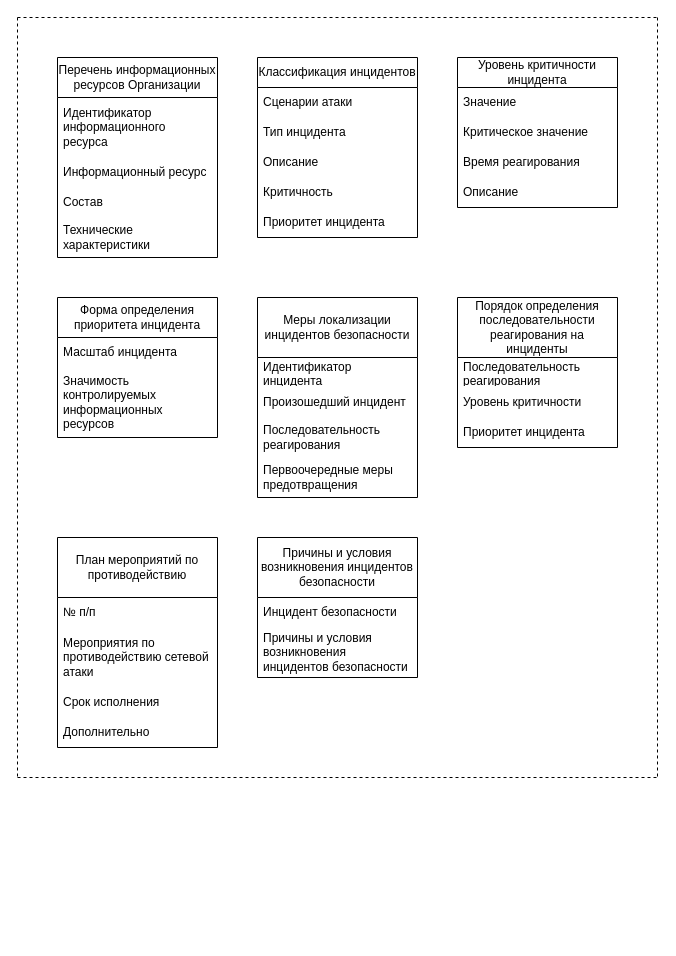
SmirnovBogdan8/Diplom keeps this draw.io diagram as (Старая схема ОПЗ)  Частные регламенты.drawio. Above is the earlier version. Source tidied: cells renumbered, new cells numbered last; positions are measured from the earlier drawing's top-left corner, leaving out a move shared by most shapes. Both pictures are drawn from the tidied source at 100%, with x=0, y=0 at pixel (17, 17).
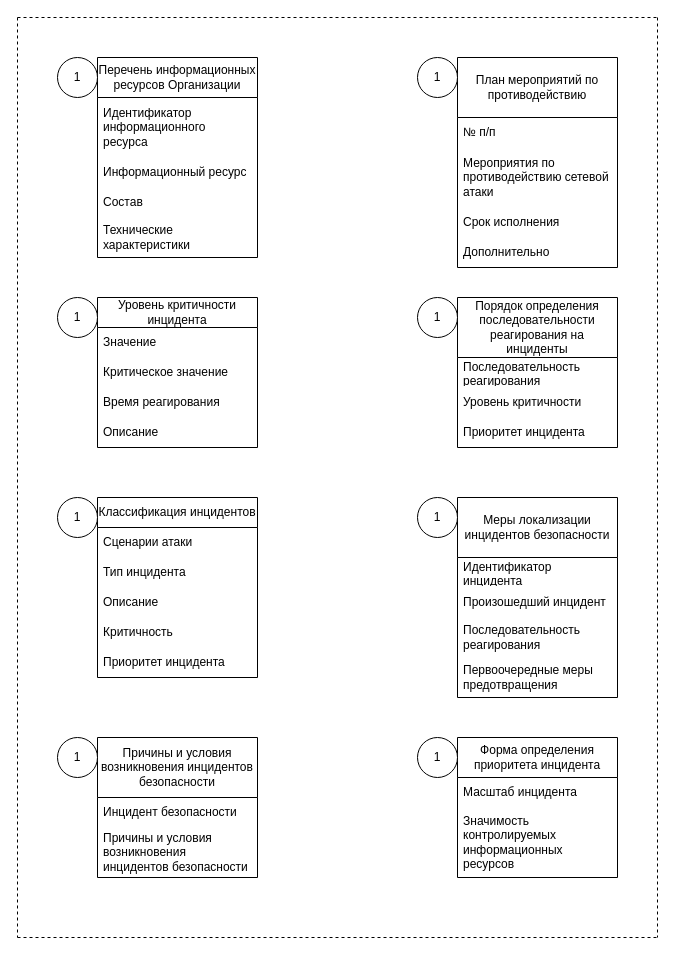
After the change.

The edit, as a diff of the source:
```diff
@@
     <mxCell id="3" style="endArrow=none;dashed=1;html=1;rounded=0;" parent="1" edge="1">
       <mxGeometry relative="1" as="geometry">
-        <mxPoint y="760" as="sourcePoint" />
-        <mxPoint x="640" y="760" as="targetPoint" />
+        <mxPoint y="920" as="sourcePoint" />
+        <mxPoint x="640" y="920" as="targetPoint" />
       </mxGeometry>
     </mxCell>
     <mxCell id="4" style="endArrow=none;dashed=1;html=1;rounded=0;" parent="1" edge="1">
       <mxGeometry relative="1" as="geometry">
         <mxPoint as="sourcePoint" />
-        <mxPoint y="760" as="targetPoint" />
+        <mxPoint y="920" as="targetPoint" />
       </mxGeometry>
     </mxCell>
     <mxCell id="5" style="endArrow=none;dashed=1;html=1;rounded=0;" parent="1" edge="1">
       <mxGeometry relative="1" as="geometry">
         <mxPoint x="640" as="sourcePoint" />
-        <mxPoint x="640" y="760" as="targetPoint" />
+        <mxPoint x="640" y="920" as="targetPoint" />
       </mxGeometry>
     </mxCell>
     <mxCell id="6" value="Меры локализации инцидентов безопасности" style="swimlane;fontStyle=0;horizontal=1;startSize=60;whiteSpace=wrap;html=1;" parent="1" vertex="1">
-      <mxGeometry x="240" y="280" width="160" height="200" as="geometry" />
+      <mxGeometry x="440" y="480" width="160" height="200" as="geometry" />
     </mxCell>
@@
     <mxCell id="11" value="Классификация инцидентов" style="swimlane;fontStyle=0;horizontal=1;startSize=30;whiteSpace=wrap;html=1;" parent="1" vertex="1">
-      <mxGeometry x="240" y="40" width="160" height="180" as="geometry" />
+      <mxGeometry x="80" y="480" width="160" height="180" as="geometry" />
     </mxCell>
@@
     <mxCell id="21" value="План мероприятий по противодействию" style="swimlane;fontStyle=0;horizontal=1;startSize=60;whiteSpace=wrap;html=1;" parent="1" vertex="1">
-      <mxGeometry x="40" y="520" width="160" height="210" as="geometry" />
+      <mxGeometry x="440" y="40" width="160" height="210" as="geometry" />
     </mxCell>
@@
     <mxCell id="26" value="Перечень информационных ресурсов Организации" style="swimlane;fontStyle=0;horizontal=1;startSize=40;whiteSpace=wrap;html=1;" parent="1" vertex="1">
-      <mxGeometry x="40" y="40" width="160" height="200" as="geometry" />
+      <mxGeometry x="80" y="40" width="160" height="200" as="geometry" />
     </mxCell>
@@
     <mxCell id="31" value="Уровень критичности инцидента" style="swimlane;fontStyle=0;horizontal=1;startSize=30;whiteSpace=wrap;html=1;" parent="1" vertex="1">
-      <mxGeometry x="440" y="40" width="160" height="150" as="geometry" />
+      <mxGeometry x="80" y="280" width="160" height="150" as="geometry" />
     </mxCell>
@@
     <mxCell id="36" value="Форма определения приоритета инцидента" style="swimlane;fontStyle=0;horizontal=1;startSize=40;whiteSpace=wrap;html=1;" parent="1" vertex="1">
-      <mxGeometry x="40" y="280" width="160" height="140" as="geometry" />
+      <mxGeometry x="440" y="720" width="160" height="140" as="geometry" />
     </mxCell>
@@
     <mxCell id="39" value="Причины и условия возникновения инцидентов безопасности" style="swimlane;fontStyle=0;horizontal=1;startSize=60;whiteSpace=wrap;html=1;" parent="1" vertex="1">
-      <mxGeometry x="240" y="520" width="160" height="140" as="geometry" />
+      <mxGeometry x="80" y="720" width="160" height="140" as="geometry" />
     </mxCell>
@@
+    <mxCell id="42" value="1" style="ellipse;whiteSpace=wrap;html=1;" parent="1" vertex="1">
+      <mxGeometry x="40" y="40" width="40" height="40" as="geometry" />
+    </mxCell>
+    <mxCell id="43" value="1" style="ellipse;whiteSpace=wrap;html=1;" parent="1" vertex="1">
+      <mxGeometry x="400" y="40" width="40" height="40" as="geometry" />
+    </mxCell>
+    <mxCell id="44" value="1" style="ellipse;whiteSpace=wrap;html=1;" parent="1" vertex="1">
+      <mxGeometry x="40" y="280" width="40" height="40" as="geometry" />
+    </mxCell>
+    <mxCell id="45" value="1" style="ellipse;whiteSpace=wrap;html=1;" parent="1" vertex="1">
+      <mxGeometry x="400" y="280" width="40" height="40" as="geometry" />
+    </mxCell>
+    <mxCell id="46" value="1" style="ellipse;whiteSpace=wrap;html=1;" parent="1" vertex="1">
+      <mxGeometry x="40" y="480" width="40" height="40" as="geometry" />
+    </mxCell>
+    <mxCell id="47" value="1" style="ellipse;whiteSpace=wrap;html=1;" parent="1" vertex="1">
+      <mxGeometry x="400" y="480" width="40" height="40" as="geometry" />
+    </mxCell>
+    <mxCell id="48" value="1" style="ellipse;whiteSpace=wrap;html=1;" parent="1" vertex="1">
+      <mxGeometry x="40" y="720" width="40" height="40" as="geometry" />
+    </mxCell>
+    <mxCell id="49" value="1" style="ellipse;whiteSpace=wrap;html=1;" parent="1" vertex="1">
+      <mxGeometry x="400" y="720" width="40" height="40" as="geometry" />
+    </mxCell>
```
